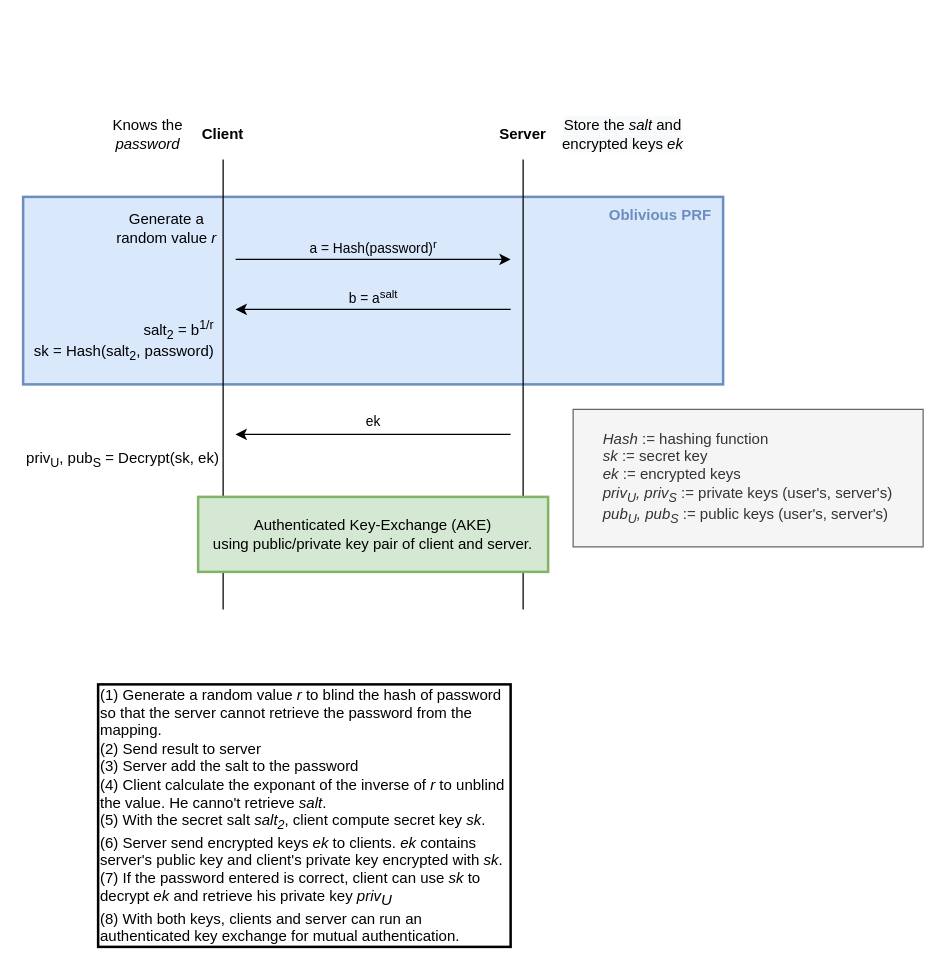
Before: 02-state-of-the-art/OPAQUE.drawio in jul0105/Bachelor-Thesis, a draw.io diagram. Source tidied: cells renumbered, new cells numbered last; positions are measured from the earlier drawing's top-left corner, leaving out a move shared by most shapes. Both pictures are drawn from the tidied source at 125%, with x=0, y=0 at pixel (22, 109).
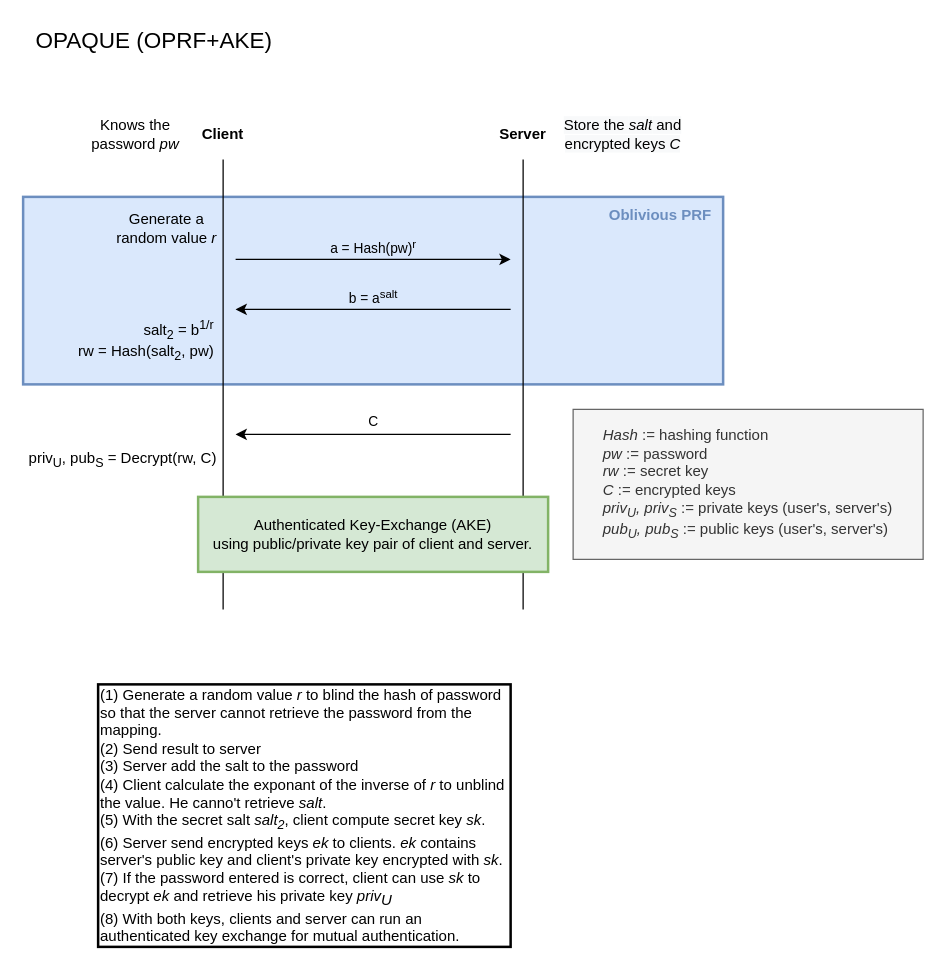
The same diagram, later.

Commit message (it also covers changes not shown here):
state of the art: update OPAQUE schema and add OPAQUE paper comments

What changed in the source:
```diff
@@
-    <mxCell id="3" value="a = Hash(password)&lt;sup&gt;r&lt;/sup&gt;" style="endArrow=classic;html=1;labelBackgroundColor=none;" parent="1" edge="1">
+    <mxCell id="3" value="a = Hash(pw)&lt;sup&gt;r&lt;/sup&gt;" style="endArrow=classic;html=1;labelBackgroundColor=none;" parent="1" edge="1">
       <mxGeometry y="10" relative="1" as="geometry">
         <mxPoint x="170" y="120" as="sourcePoint" />
         <mxPoint x="390" y="120" as="targetPoint" />
       </mxGeometry>
     </mxCell>
@@
-    <mxCell id="10" value="salt&lt;sub&gt;2&lt;/sub&gt; = b&lt;sup&gt;1/r&lt;/sup&gt;&lt;br&gt;sk = Hash(salt&lt;sub&gt;2&lt;/sub&gt;, password)" style="text;html=1;strokeColor=none;fillColor=none;align=right;verticalAlign=middle;whiteSpace=wrap;rounded=0;" parent="1" vertex="1">
+    <mxCell id="10" value="salt&lt;sub&gt;2&lt;/sub&gt; = b&lt;sup&gt;1/r&lt;/sup&gt;&lt;br&gt;rw = Hash(salt&lt;sub&gt;2&lt;/sub&gt;, pw)" style="text;html=1;strokeColor=none;fillColor=none;align=right;verticalAlign=middle;whiteSpace=wrap;rounded=0;" parent="1" vertex="1">
       <mxGeometry x="5" y="170" width="150" height="30" as="geometry" />
     </mxCell>
-    <mxCell id="11" value="&lt;span style=&quot;font-family: helvetica; font-size: 12px; font-style: normal; font-weight: 400; letter-spacing: normal; text-align: center; text-indent: 0px; text-transform: none; word-spacing: 0px; background-color: rgb(248, 249, 250); display: inline; float: none;&quot;&gt;Store the&lt;span&gt;&amp;nbsp;&lt;/span&gt;&lt;/span&gt;&lt;i style=&quot;font-family: helvetica; font-size: 12px; font-weight: 400; letter-spacing: normal; text-align: center; text-indent: 0px; text-transform: none; word-spacing: 0px; background-color: rgb(248, 249, 250);&quot;&gt;salt&lt;/i&gt;&lt;span style=&quot;font-family: helvetica; font-size: 12px; font-style: normal; font-weight: 400; letter-spacing: normal; text-align: center; text-indent: 0px; text-transform: none; word-spacing: 0px; background-color: rgb(248, 249, 250); display: inline; float: none;&quot;&gt;&amp;nbsp;and encrypted keys &lt;/span&gt;&lt;span style=&quot;font-family: helvetica; font-size: 12px; font-weight: 400; letter-spacing: normal; text-align: center; text-indent: 0px; text-transform: none; word-spacing: 0px; background-color: rgb(248, 249, 250); display: inline; float: none;&quot;&gt;&lt;i&gt;ek&lt;/i&gt;&lt;/span&gt;" style="text;html=1;strokeColor=none;fillColor=none;align=center;verticalAlign=middle;whiteSpace=wrap;rounded=0;fontColor=#000000;" parent="1" vertex="1">
+    <mxCell id="11" value="&lt;span style=&quot;font-family: &amp;#34;helvetica&amp;#34; ; font-size: 12px ; font-style: normal ; font-weight: 400 ; letter-spacing: normal ; text-align: center ; text-indent: 0px ; text-transform: none ; word-spacing: 0px ; background-color: rgb(248 , 249 , 250) ; display: inline ; float: none&quot;&gt;Store the&lt;span&gt;&amp;nbsp;&lt;/span&gt;&lt;/span&gt;&lt;i style=&quot;font-family: &amp;#34;helvetica&amp;#34; ; font-size: 12px ; font-weight: 400 ; letter-spacing: normal ; text-align: center ; text-indent: 0px ; text-transform: none ; word-spacing: 0px ; background-color: rgb(248 , 249 , 250)&quot;&gt;salt&lt;/i&gt;&lt;span style=&quot;font-family: &amp;#34;helvetica&amp;#34; ; font-size: 12px ; font-style: normal ; font-weight: 400 ; letter-spacing: normal ; text-align: center ; text-indent: 0px ; text-transform: none ; word-spacing: 0px ; background-color: rgb(248 , 249 , 250) ; display: inline ; float: none&quot;&gt;&amp;nbsp;and encrypted keys &lt;/span&gt;&lt;span style=&quot;font-family: &amp;#34;helvetica&amp;#34; ; font-size: 12px ; font-weight: 400 ; letter-spacing: normal ; text-align: center ; text-indent: 0px ; text-transform: none ; word-spacing: 0px ; background-color: rgb(248 , 249 , 250) ; display: inline ; float: none&quot;&gt;&lt;i&gt;C&lt;/i&gt;&lt;/span&gt;" style="text;html=1;strokeColor=none;fillColor=none;align=center;verticalAlign=middle;whiteSpace=wrap;rounded=0;fontColor=#000000;" parent="1" vertex="1">
       <mxGeometry x="430" width="100" height="40" as="geometry" />
     </mxCell>
-    <mxCell id="12" value="Knows the &lt;i&gt;password&lt;/i&gt;" style="text;html=1;strokeColor=none;fillColor=none;align=center;verticalAlign=middle;whiteSpace=wrap;rounded=0;fontColor=#000000;" parent="1" vertex="1">
-      <mxGeometry x="70" width="60" height="40" as="geometry" />
+    <mxCell id="12" value="Knows the password &lt;i&gt;pw&lt;/i&gt;" style="text;html=1;strokeColor=none;fillColor=none;align=center;verticalAlign=middle;whiteSpace=wrap;rounded=0;fontColor=#000000;" parent="1" vertex="1">
+      <mxGeometry x="50" width="80" height="40" as="geometry" />
     </mxCell>
-    <mxCell id="13" value="ek" style="endArrow=classic;html=1;" parent="1" edge="1">
+    <mxCell id="13" value="C" style="endArrow=classic;html=1;" parent="1" edge="1">
       <mxGeometry y="-10" relative="1" as="geometry">
         <mxPoint x="390" y="260" as="sourcePoint" />
         <mxPoint x="170" y="260" as="targetPoint" />
       </mxGeometry>
     </mxCell>
-    <mxCell id="14" value="priv&lt;sub&gt;U&lt;/sub&gt;, pub&lt;sub&gt;S&lt;/sub&gt; = Decrypt(sk, ek)" style="text;html=1;strokeColor=none;fillColor=none;align=center;verticalAlign=middle;whiteSpace=wrap;rounded=0;" parent="1" vertex="1">
+    <mxCell id="14" value="priv&lt;sub&gt;U&lt;/sub&gt;, pub&lt;sub&gt;S&lt;/sub&gt; = Decrypt(rw, C)" style="text;html=1;strokeColor=none;fillColor=none;align=center;verticalAlign=middle;whiteSpace=wrap;rounded=0;" parent="1" vertex="1">
       <mxGeometry y="270" width="160" height="20" as="geometry" />
     </mxCell>
@@
-    <mxCell id="17" value="&lt;div style=&quot;text-align: left&quot;&gt;&lt;font style=&quot;font-size: 12px&quot;&gt;&lt;i&gt;Hash&lt;/i&gt; := hashing function&lt;/font&gt;&lt;/div&gt;&lt;div style=&quot;text-align: left&quot;&gt;&lt;font style=&quot;font-size: 12px&quot;&gt;&lt;i&gt;sk&lt;/i&gt; := secret key&lt;/font&gt;&lt;/div&gt;&lt;div style=&quot;text-align: left&quot;&gt;&lt;font style=&quot;font-size: 12px&quot;&gt;&lt;i&gt;ek&lt;/i&gt; := encrypted keys&lt;/font&gt;&lt;/div&gt;&lt;div style=&quot;text-align: left&quot;&gt;&lt;font style=&quot;font-size: 12px&quot;&gt;&lt;i&gt;&lt;span&gt;priv&lt;/span&gt;&lt;sub&gt;U&lt;/sub&gt;&lt;span&gt;, priv&lt;/span&gt;&lt;sub&gt;S&lt;/sub&gt;&lt;/i&gt;&amp;nbsp;:= private keys (user's, server's)&lt;/font&gt;&lt;/div&gt;&lt;div style=&quot;text-align: left&quot;&gt;&lt;font style=&quot;font-size: 12px&quot;&gt;&lt;i&gt;pub&lt;sub&gt;U&lt;/sub&gt;, pub&lt;sub&gt;S&lt;/sub&gt;&lt;/i&gt;&amp;nbsp;:= public keys (user's, server's)&lt;/font&gt;&lt;/div&gt;" style="rounded=0;whiteSpace=wrap;html=1;shadow=0;fontColor=#333333;strokeColor=#666666;strokeWidth=1;fillColor=#f5f5f5;" parent="1" vertex="1">
-      <mxGeometry x="440" y="240" width="280" height="110" as="geometry" />
+    <mxCell id="17" value="&lt;div style=&quot;text-align: left&quot;&gt;&lt;font style=&quot;font-size: 12px&quot;&gt;&lt;i&gt;Hash&lt;/i&gt; := hashing function&lt;/font&gt;&lt;/div&gt;&lt;div style=&quot;text-align: left&quot;&gt;&lt;i&gt;pw&lt;/i&gt;&amp;nbsp;:= password&lt;/div&gt;&lt;div style=&quot;text-align: left&quot;&gt;&lt;font style=&quot;font-size: 12px&quot;&gt;&lt;i&gt;rw&lt;/i&gt; := secret key&lt;/font&gt;&lt;/div&gt;&lt;div style=&quot;text-align: left&quot;&gt;&lt;font style=&quot;font-size: 12px&quot;&gt;&lt;i&gt;C&lt;/i&gt; := encrypted keys&lt;/font&gt;&lt;/div&gt;&lt;div style=&quot;text-align: left&quot;&gt;&lt;font style=&quot;font-size: 12px&quot;&gt;&lt;i&gt;&lt;span&gt;priv&lt;/span&gt;&lt;sub&gt;U&lt;/sub&gt;&lt;span&gt;, priv&lt;/span&gt;&lt;sub&gt;S&lt;/sub&gt;&lt;/i&gt;&amp;nbsp;:= private keys (user's, server's)&lt;/font&gt;&lt;/div&gt;&lt;div style=&quot;text-align: left&quot;&gt;&lt;font style=&quot;font-size: 12px&quot;&gt;&lt;i&gt;pub&lt;sub&gt;U&lt;/sub&gt;, pub&lt;sub&gt;S&lt;/sub&gt;&lt;/i&gt;&amp;nbsp;:= public keys (user's, server's)&lt;/font&gt;&lt;/div&gt;" style="rounded=0;whiteSpace=wrap;html=1;shadow=0;fontColor=#333333;strokeColor=#666666;strokeWidth=1;fillColor=#f5f5f5;" parent="1" vertex="1">
+      <mxGeometry x="440" y="240" width="280" height="120" as="geometry" />
     </mxCell>
@@
+    <mxCell id="19" value="&lt;font style=&quot;font-size: 18px&quot;&gt;OPAQUE (OPRF+AKE)&lt;/font&gt;" style="text;html=1;strokeColor=none;fillColor=none;align=center;verticalAlign=middle;whiteSpace=wrap;rounded=0;" parent="1" vertex="1">
+      <mxGeometry y="-70" width="210" height="30" as="geometry" />
+    </mxCell>
```
